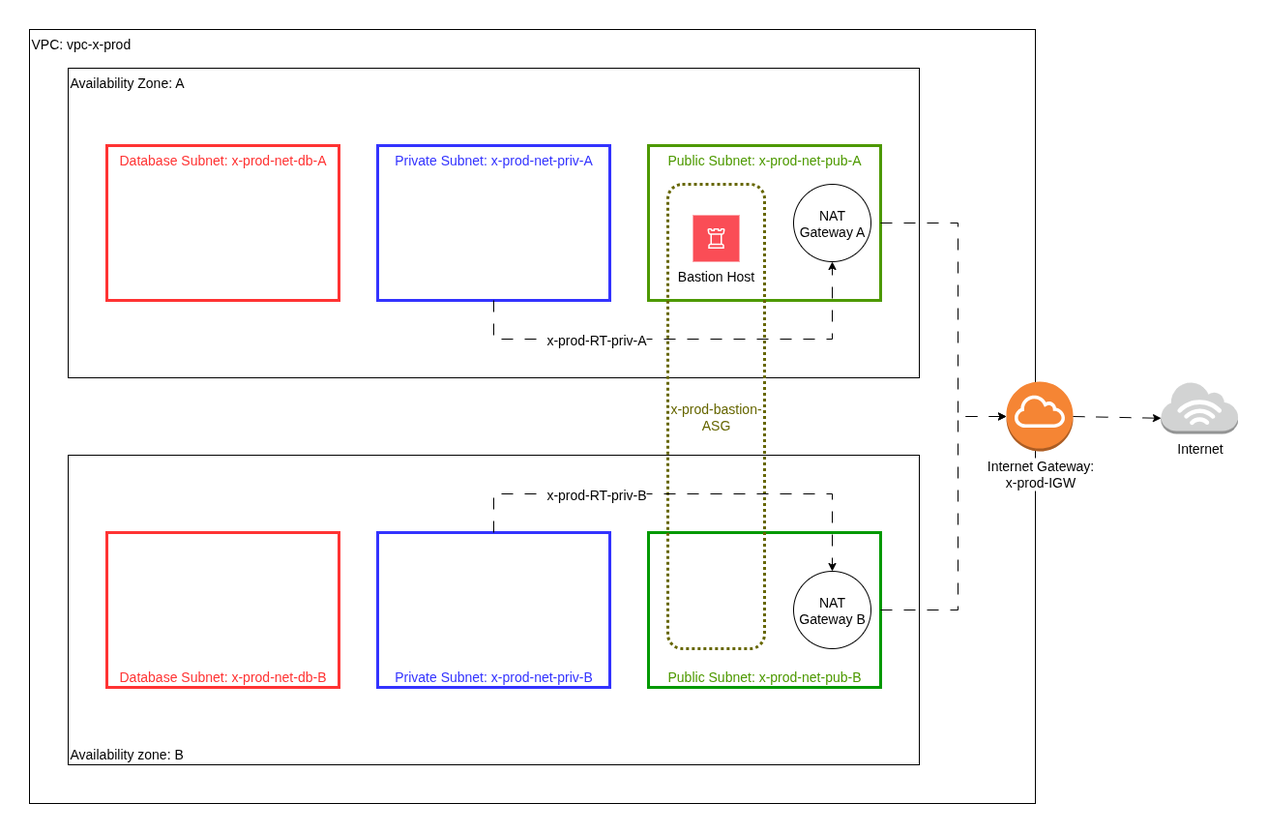
Earlier version of the draw.io export aws-N-layer/res/scheme.png (ivan-shihantsov/IaC). Source tidied: cells renumbered, new cells last; positions are measured from the earlier drawing's top-left corner, leaving out a move shared by most shapes.
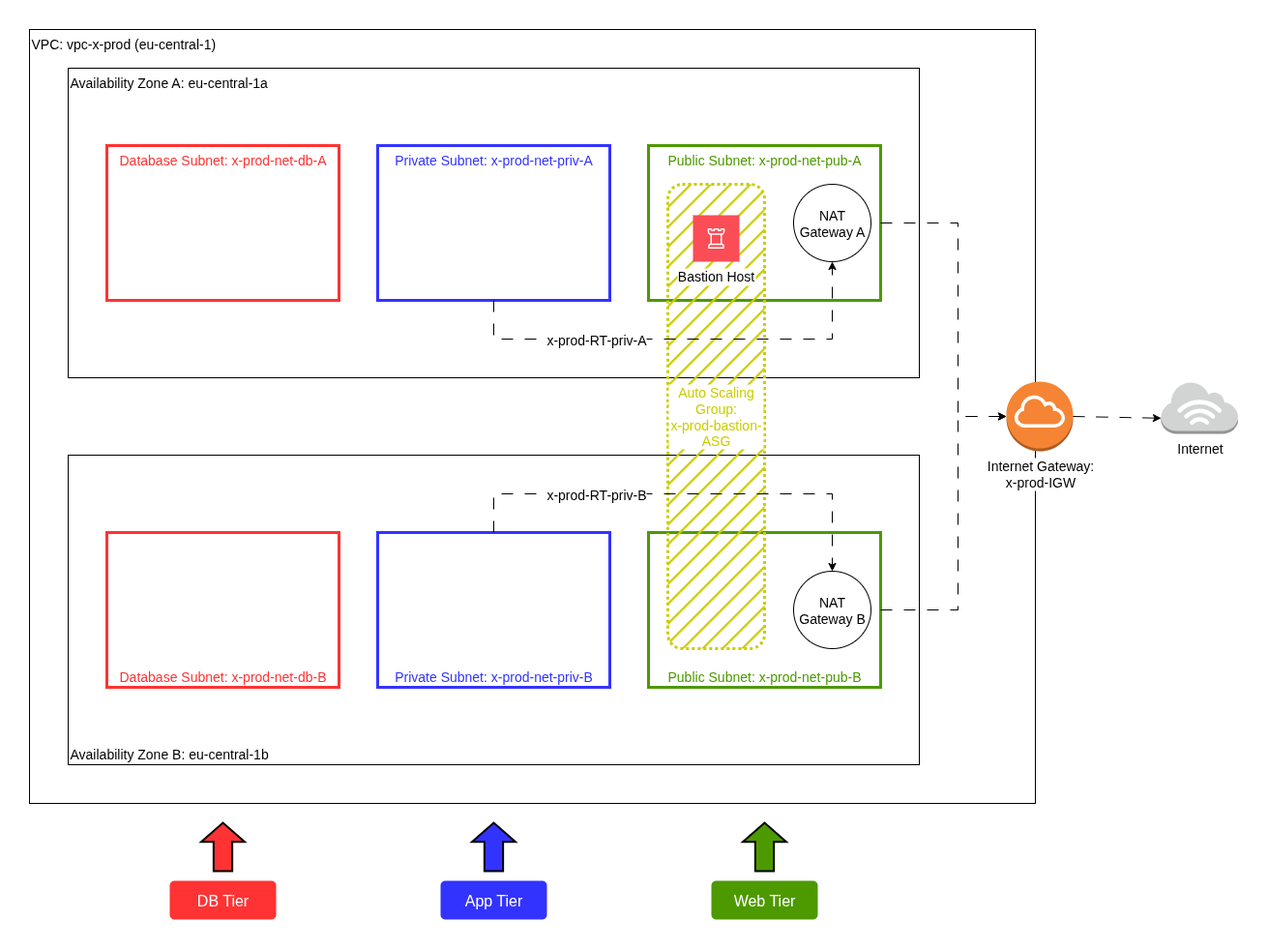
Above is the later version.

Commit message:
update scheme & pic

Change to the diagram source:
```diff
@@ -2,13 +2,13 @@
   <root>
     <mxCell id="0" />
     <mxCell id="1" parent="0" />
-    <mxCell id="2" value="VPC: vpc-x-prod" style="rounded=0;whiteSpace=wrap;html=1;align=left;verticalAlign=top;fillColor=none;fontSize=14;" parent="1" vertex="1">
+    <mxCell id="2" value="VPC: vpc-x-prod (eu-central-1)" style="rounded=0;whiteSpace=wrap;html=1;align=left;verticalAlign=top;fillColor=none;fontSize=14;" parent="1" vertex="1">
       <mxGeometry width="1040" height="800" as="geometry" />
     </mxCell>
-    <mxCell id="3" value="Availability Zone: A" style="rounded=0;whiteSpace=wrap;html=1;align=left;verticalAlign=top;fillColor=none;fontSize=14;" parent="1" vertex="1">
+    <mxCell id="3" value="Availability Zone A:&amp;nbsp;eu-central-1a" style="rounded=0;whiteSpace=wrap;html=1;align=left;verticalAlign=top;fillColor=none;fontSize=14;" parent="1" vertex="1">
       <mxGeometry x="40" y="40" width="880" height="320" as="geometry" />
     </mxCell>
-    <mxCell id="4" value="Availability zone: B" style="rounded=0;whiteSpace=wrap;html=1;align=left;verticalAlign=bottom;fillColor=none;fontSize=14;" parent="1" vertex="1">
+    <mxCell id="4" value="Availability Zone B:&amp;nbsp;eu-central-1b" style="rounded=0;whiteSpace=wrap;html=1;align=left;verticalAlign=bottom;fillColor=none;fontSize=14;" parent="1" vertex="1">
       <mxGeometry x="40" y="440" width="880" height="320" as="geometry" />
     </mxCell>
     <mxCell id="5" value="Database Subnet: x-prod-net-db-B" style="rounded=0;whiteSpace=wrap;html=1;align=center;verticalAlign=bottom;fillColor=none;strokeWidth=3;strokeColor=#FF3333;fontSize=14;fontColor=#FF3333;" parent="1" vertex="1">
@@ -23,7 +23,7 @@
     <mxCell id="8" value="Private Subnet:&amp;nbsp;x-prod-net-priv-B" style="rounded=0;whiteSpace=wrap;html=1;align=center;verticalAlign=bottom;fillColor=none;strokeColor=#3333FF;strokeWidth=3;fontSize=14;fontColor=#3333FF;" parent="1" vertex="1">
       <mxGeometry x="360" y="520" width="240" height="160" as="geometry" />
     </mxCell>
-    <mxCell id="9" value="Public Subnet:&amp;nbsp;x-prod-net-pub-B" style="rounded=0;whiteSpace=wrap;html=1;align=center;verticalAlign=bottom;fillColor=none;strokeColor=#009900;fontSize=14;strokeWidth=3;fontColor=#4D9900;" parent="1" vertex="1">
+    <mxCell id="9" value="Public Subnet:&amp;nbsp;x-prod-net-pub-B" style="rounded=0;whiteSpace=wrap;html=1;align=center;verticalAlign=bottom;fillColor=none;strokeColor=#4D9900;fontSize=14;strokeWidth=3;fontColor=#4D9900;" parent="1" vertex="1">
       <mxGeometry x="640" y="520" width="240" height="160" as="geometry" />
     </mxCell>
     <mxCell id="10" value="Public Subnet:&amp;nbsp;x-prod-net-pub-A" style="rounded=0;whiteSpace=wrap;html=1;align=center;verticalAlign=top;fillColor=none;strokeWidth=3;strokeColor=#4D9900;fontColor=#4D9900;fontSize=14;" parent="1" vertex="1">
@@ -41,7 +41,7 @@
     <mxCell id="14" value="Internet" style="outlineConnect=0;dashed=0;verticalLabelPosition=bottom;verticalAlign=top;align=center;html=1;shape=mxgraph.aws3.internet_3;fillColor=#D2D3D3;gradientColor=none;fontSize=14;" parent="1" vertex="1">
       <mxGeometry x="1170" y="364" width="79.5" height="54" as="geometry" />
     </mxCell>
-    <mxCell id="15" value="x-prod-bastion-ASG" style="rounded=1;whiteSpace=wrap;html=1;fillColor=none;dashed=1;strokeWidth=3;dashPattern=1 1;strokeColor=#666600;fontSize=14;fontColor=#666600;" parent="1" vertex="1">
+    <mxCell id="15" value="&lt;div&gt;Auto Scaling Group:&lt;/div&gt;x-prod-bastion-ASG" style="rounded=1;whiteSpace=wrap;html=1;fillColor=#CCCC00;dashed=1;strokeWidth=3;dashPattern=1 1;strokeColor=#CCCC00;fontSize=14;fontColor=#CCCC00;fillStyle=hatch;labelBackgroundColor=default;" parent="1" vertex="1">
       <mxGeometry x="660" y="160" width="100" height="480" as="geometry" />
     </mxCell>
     <mxCell id="16" style="endArrow=classic;html=1;rounded=0;exitX=0.5;exitY=1;exitDx=0;exitDy=0;entryX=0.5;entryY=1;entryDx=0;entryDy=0;dashed=1;dashPattern=12 12;" parent="1" edge="1" source="7" target="11">
@@ -88,7 +88,7 @@
     <mxCell id="22" style="endArrow=classic;html=1;rounded=0;entryX=0;entryY=0.7;entryDx=0;entryDy=0;entryPerimeter=0;exitX=1;exitY=0.5;exitDx=0;exitDy=0;exitPerimeter=0;dashed=1;dashPattern=12 12;" parent="1" edge="1" source="13" target="14">
       <mxGeometry relative="1" as="geometry" />
     </mxCell>
-    <mxCell id="23" value="Bastion Host" style="shape=rect;fillColor=#FA4D56;labelPosition=center;verticalLabelPosition=bottom;align=center;verticalAlign=top;strokeColor=none;fontSize=14;" parent="1" vertex="1">
+    <mxCell id="23" value="Bastion Host" style="shape=rect;fillColor=#FA4D56;labelPosition=center;verticalLabelPosition=bottom;align=center;verticalAlign=top;strokeColor=none;fontSize=14;labelBackgroundColor=default;" parent="1" vertex="1">
       <mxGeometry x="686" y="192" width="48" height="48" as="geometry" />
     </mxCell>
     <mxCell id="24" style="fillColor=#ffffff;strokeColor=none;dashed=0;html=1;labelPosition=center;verticalLabelPosition=bottom;verticalAlign=top;shape=mxgraph.ibm_cloud.bastion-host;" parent="23" vertex="1">
@@ -96,5 +96,23 @@
         <mxPoint x="12" y="12" as="offset" />
       </mxGeometry>
     </mxCell>
+    <mxCell id="25" value="App Tier" style="html=1;shadow=0;dashed=0;shape=mxgraph.bootstrap.rrect;rSize=5;strokeColor=none;strokeWidth=1;fillColor=#3333FF;fontColor=#FFFFFF;whiteSpace=wrap;align=center;verticalAlign=middle;spacingLeft=0;fontStyle=0;fontSize=16;spacing=5;" parent="1" vertex="1">
+      <mxGeometry x="425" y="880" width="110" height="40" as="geometry" />
+    </mxCell>
+    <mxCell id="26" value="Web Tier" style="html=1;shadow=0;dashed=0;shape=mxgraph.bootstrap.rrect;rSize=5;strokeColor=none;strokeWidth=1;fillColor=#4D9900;fontColor=#FFFFFF;whiteSpace=wrap;align=center;verticalAlign=middle;spacingLeft=0;fontStyle=0;fontSize=16;spacing=5;" parent="1" vertex="1">
+      <mxGeometry x="705" y="880" width="110" height="40" as="geometry" />
+    </mxCell>
+    <mxCell id="27" value="DB Tier" style="html=1;shadow=0;dashed=0;shape=mxgraph.bootstrap.rrect;rSize=5;strokeColor=none;strokeWidth=1;fillColor=#FF3333;fontColor=#FFFFFF;whiteSpace=wrap;align=center;verticalAlign=middle;spacingLeft=0;fontStyle=0;fontSize=16;spacing=5;" parent="1" vertex="1">
+      <mxGeometry x="145" y="880" width="110" height="40" as="geometry" />
+    </mxCell>
+    <mxCell id="28" style="shape=mxgraph.arrows.arrow_up;html=1;verticalLabelPosition=bottom;verticalAlign=top;strokeWidth=2;strokeColor=#000000;fontColor=#FF3333;fillColor=#FF3333;" parent="1" vertex="1">
+      <mxGeometry x="177.5" y="820" width="45" height="50" as="geometry" />
+    </mxCell>
+    <mxCell id="29" style="shape=mxgraph.arrows.arrow_up;html=1;verticalLabelPosition=bottom;verticalAlign=top;strokeWidth=2;strokeColor=#000000;fontColor=#FF3333;fillColor=#3333FF;" parent="1" vertex="1">
+      <mxGeometry x="457.5" y="820" width="45" height="50" as="geometry" />
+    </mxCell>
+    <mxCell id="30" style="shape=mxgraph.arrows.arrow_up;html=1;verticalLabelPosition=bottom;verticalAlign=top;strokeWidth=2;strokeColor=#000000;fontColor=#FF3333;fillColor=#4D9900;" parent="1" vertex="1">
+      <mxGeometry x="737.5" y="820" width="45" height="50" as="geometry" />
+    </mxCell>
   </root>
 </mxGraphModel>
```
